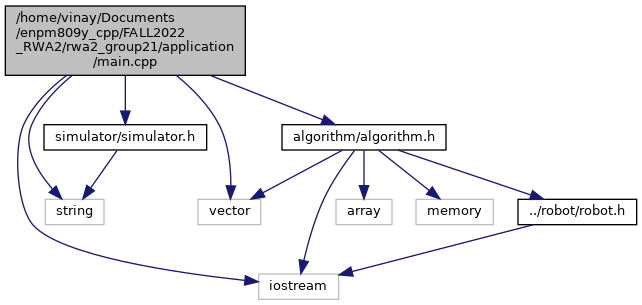
Before: docs/main_8cpp__incl.png, a diagram exported from Graphviz (darshit-desai/Maze-Solver-simulation-using-Wall-Following-Algorithm-OOP). Its source is kept beside it as docs/main_8cpp__incl.dot. Its diagram source:
```dot
digraph "application/main.cpp"
{
  edge [fontname="Helvetica",fontsize="10",labelfontname="Helvetica",labelfontsize="10"];
  node [fontname="Helvetica",fontsize="10",shape=record];
  Node1 [label="application/main.cpp",height=0.2,width=0.4,color="black", fillcolor="grey75", style="filled", fontcolor="black",tooltip="This is the main class which is built in the Simulator and used to call all other classes."];
  Node1 -> Node2 [color="midnightblue",fontsize="10",style="solid",fontname="Helvetica"];
  Node2 [label="iostream",height=0.2,width=0.4,color="grey75", fillcolor="white", style="filled",tooltip=" "];
  Node1 -> Node3 [color="midnightblue",fontsize="10",style="solid",fontname="Helvetica"];
  Node3 [label="string",height=0.2,width=0.4,color="grey75", fillcolor="white", style="filled",tooltip=" "];
  Node1 -> Node4 [color="midnightblue",fontsize="10",style="solid",fontname="Helvetica"];
  Node4 [label="vector",height=0.2,width=0.4,color="grey75", fillcolor="white", style="filled",tooltip=" "];
  Node1 -> Node5 [color="midnightblue",fontsize="10",style="solid",fontname="Helvetica"];
  Node5 [label="algorithm/algorithm.h",height=0.2,width=0.4,color="black", fillcolor="white", style="filled",URL="$algorithm_8h.html",tooltip="This file contains the implementation details for algorithm class."];
  Node5 -> Node2 [color="midnightblue",fontsize="10",style="solid",fontname="Helvetica"];
  Node5 -> Node6 [color="midnightblue",fontsize="10",style="solid",fontname="Helvetica"];
  Node6 [label="array",height=0.2,width=0.4,color="grey75", fillcolor="white", style="filled",tooltip=" "];
  Node5 -> Node7 [color="midnightblue",fontsize="10",style="solid",fontname="Helvetica"];
  Node7 [label="memory",height=0.2,width=0.4,color="grey75", fillcolor="white", style="filled",tooltip=" "];
  Node5 -> Node4 [color="midnightblue",fontsize="10",style="solid",fontname="Helvetica"];
  Node5 -> Node8 [color="midnightblue",fontsize="10",style="solid",fontname="Helvetica"];
  Node8 [label="../robot/robot.h",height=0.2,width=0.4,color="black", fillcolor="white", style="filled",URL="$robot_8h.html",tooltip="This class is used to drive the robot based on its position and orientation."];
  Node8 -> Node2 [color="midnightblue",fontsize="10",style="solid",fontname="Helvetica"];
  Node1 -> Node9 [color="midnightblue",fontsize="10",style="solid",fontname="Helvetica"];
  Node9 [label="simulator/simulator.h",height=0.2,width=0.4,color="black", fillcolor="white", style="filled",URL="$simulator_8h.html",tooltip="Functions to control the robot and get information on the maze."];
  Node9 -> Node3 [color="midnightblue",fontsize="10",style="solid",fontname="Helvetica"];
}
```
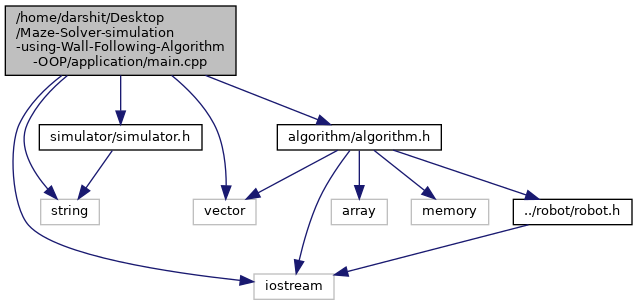
After the commit.

Change to the diagram source:
```diff
@@ -1,26 +1,27 @@
-digraph "application/main.cpp"
+digraph "D:/Maze-Solver-simulation-using-Wall-Following-Algorithm-OOP/application/main.cpp"
 {
-  edge [fontname="Helvetica",fontsize="10",labelfontname="Helvetica",labelfontsize="10"];
-  node [fontname="Helvetica",fontsize="10",shape=record];
-  Node1 [label="application/main.cpp",height=0.2,width=0.4,color="black", fillcolor="grey75", style="filled", fontcolor="black",tooltip="This is the main class which is built in the Simulator and used to call all other classes."];
-  Node1 -> Node2 [color="midnightblue",fontsize="10",style="solid",fontname="Helvetica"];
-  Node2 [label="iostream",height=0.2,width=0.4,color="grey75", fillcolor="white", style="filled",tooltip=" "];
-  Node1 -> Node3 [color="midnightblue",fontsize="10",style="solid",fontname="Helvetica"];
-  Node3 [label="string",height=0.2,width=0.4,color="grey75", fillcolor="white", style="filled",tooltip=" "];
-  Node1 -> Node4 [color="midnightblue",fontsize="10",style="solid",fontname="Helvetica"];
-  Node4 [label="vector",height=0.2,width=0.4,color="grey75", fillcolor="white", style="filled",tooltip=" "];
-  Node1 -> Node5 [color="midnightblue",fontsize="10",style="solid",fontname="Helvetica"];
-  Node5 [label="algorithm/algorithm.h",height=0.2,width=0.4,color="black", fillcolor="white", style="filled",URL="$algorithm_8h.html",tooltip="This file contains the implementation details for algorithm class."];
-  Node5 -> Node2 [color="midnightblue",fontsize="10",style="solid",fontname="Helvetica"];
-  Node5 -> Node6 [color="midnightblue",fontsize="10",style="solid",fontname="Helvetica"];
-  Node6 [label="array",height=0.2,width=0.4,color="grey75", fillcolor="white", style="filled",tooltip=" "];
-  Node5 -> Node7 [color="midnightblue",fontsize="10",style="solid",fontname="Helvetica"];
-  Node7 [label="memory",height=0.2,width=0.4,color="grey75", fillcolor="white", style="filled",tooltip=" "];
-  Node5 -> Node4 [color="midnightblue",fontsize="10",style="solid",fontname="Helvetica"];
-  Node5 -> Node8 [color="midnightblue",fontsize="10",style="solid",fontname="Helvetica"];
-  Node8 [label="../robot/robot.h",height=0.2,width=0.4,color="black", fillcolor="white", style="filled",URL="$robot_8h.html",tooltip="This class is used to drive the robot based on its position and orientation."];
-  Node8 -> Node2 [color="midnightblue",fontsize="10",style="solid",fontname="Helvetica"];
-  Node1 -> Node9 [color="midnightblue",fontsize="10",style="solid",fontname="Helvetica"];
-  Node9 [label="simulator/simulator.h",height=0.2,width=0.4,color="black", fillcolor="white", style="filled",URL="$simulator_8h.html",tooltip="Functions to control the robot and get information on the maze."];
-  Node9 -> Node3 [color="midnightblue",fontsize="10",style="solid",fontname="Helvetica"];
+  bgcolor="transparent";
+  edge [fontname=Helvetica,fontsize=10,labelfontname=Helvetica,labelfontsize=10];
+  node [fontname=Helvetica,fontsize=10,shape=box,height=0.2,width=0.4];
+  Node1 [id="Node000001",label="D:/Maze-Solver-simulation\l-using-Wall-Following-Algorithm\l-OOP/application/main.cpp",height=0.2,width=0.4,color="gray40", fillcolor="grey60", style="filled", fontcolor="black",tooltip="This is the main class which is built in the Simulator and used to call all other classes."];
+  Node1 -> Node2 [id="edge1_Node000001_Node000002",color="steelblue1",style="solid",tooltip=" "];
+  Node2 [id="Node000002",label="iostream",height=0.2,width=0.4,color="grey60", fillcolor="#E0E0E0", style="filled",tooltip=" "];
+  Node1 -> Node3 [id="edge2_Node000001_Node000003",color="steelblue1",style="solid",tooltip=" "];
+  Node3 [id="Node000003",label="string",height=0.2,width=0.4,color="grey60", fillcolor="#E0E0E0", style="filled",tooltip=" "];
+  Node1 -> Node4 [id="edge3_Node000001_Node000004",color="steelblue1",style="solid",tooltip=" "];
+  Node4 [id="Node000004",label="vector",height=0.2,width=0.4,color="grey60", fillcolor="#E0E0E0", style="filled",tooltip=" "];
+  Node1 -> Node5 [id="edge4_Node000001_Node000005",color="steelblue1",style="solid",tooltip=" "];
+  Node5 [id="Node000005",label="algorithm/algorithm.h",height=0.2,width=0.4,color="grey40", fillcolor="white", style="filled",URL="$algorithm_8h.html",tooltip="This file contains the implementation details for algorithm class."];
+  Node5 -> Node2 [id="edge5_Node000005_Node000002",color="steelblue1",style="solid",tooltip=" "];
+  Node5 -> Node6 [id="edge6_Node000005_Node000006",color="steelblue1",style="solid",tooltip=" "];
+  Node6 [id="Node000006",label="array",height=0.2,width=0.4,color="grey60", fillcolor="#E0E0E0", style="filled",tooltip=" "];
+  Node5 -> Node7 [id="edge7_Node000005_Node000007",color="steelblue1",style="solid",tooltip=" "];
+  Node7 [id="Node000007",label="memory",height=0.2,width=0.4,color="grey60", fillcolor="#E0E0E0", style="filled",tooltip=" "];
+  Node5 -> Node4 [id="edge8_Node000005_Node000004",color="steelblue1",style="solid",tooltip=" "];
+  Node5 -> Node8 [id="edge9_Node000005_Node000008",color="steelblue1",style="solid",tooltip=" "];
+  Node8 [id="Node000008",label="../robot/robot.h",height=0.2,width=0.4,color="grey40", fillcolor="white", style="filled",URL="$robot_8h.html",tooltip="This class is used to drive the robot based on its position and orientation."];
+  Node8 -> Node2 [id="edge10_Node000008_Node000002",color="steelblue1",style="solid",tooltip=" "];
+  Node1 -> Node9 [id="edge11_Node000001_Node000009",color="steelblue1",style="solid",tooltip=" "];
+  Node9 [id="Node000009",label="simulator/simulator.h",height=0.2,width=0.4,color="grey40", fillcolor="white", style="filled",URL="$simulator_8h.html",tooltip="Functions to control the robot and get information on the maze."];
+  Node9 -> Node3 [id="edge12_Node000009_Node000003",color="steelblue1",style="solid",tooltip=" "];
 }
```
